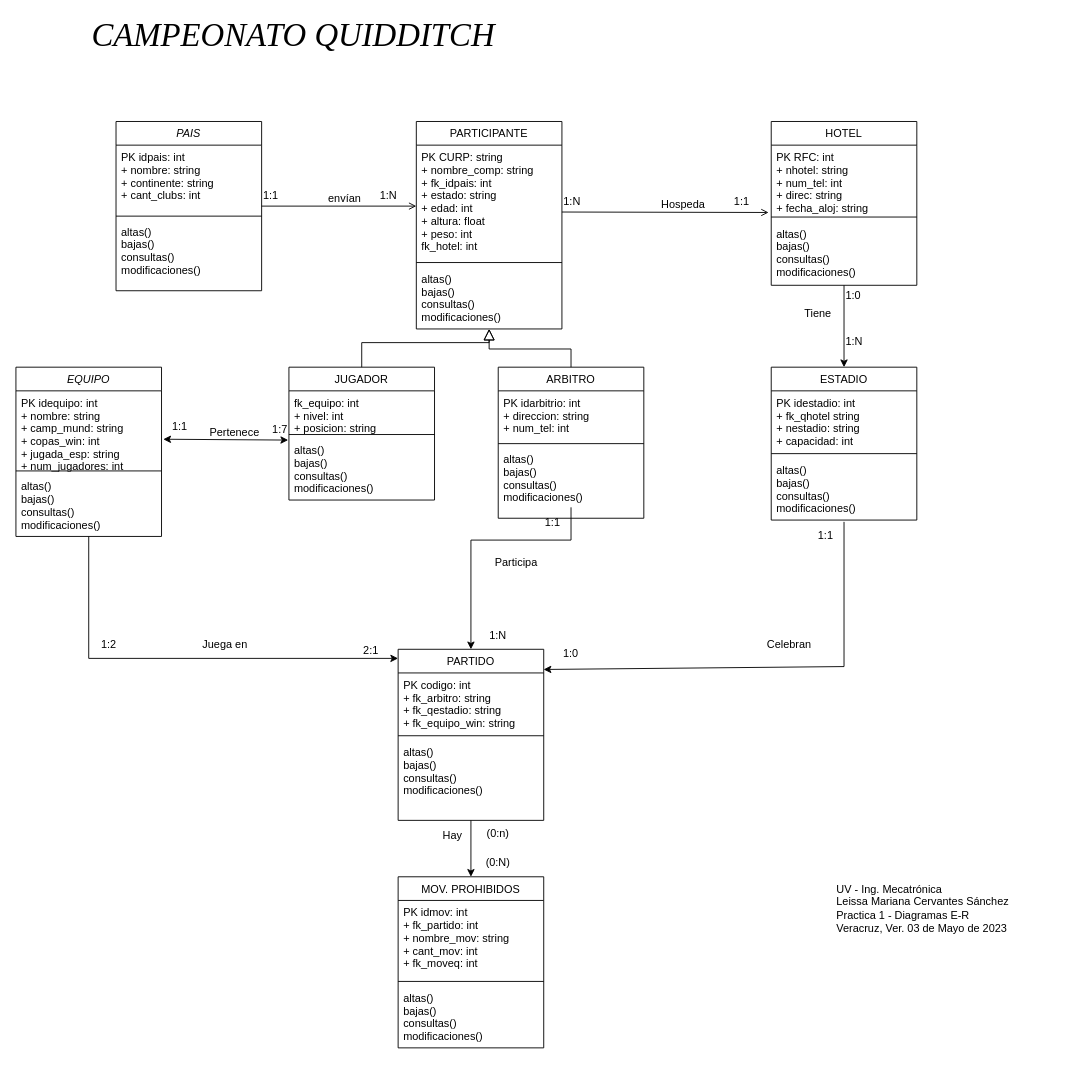
Before: Proyecto/1er_avance_LMCS.drawio in leissacerv/TAI, a draw.io diagram. Source tidied: cells renumbered, new cells numbered last; positions are measured from the earlier drawing's top-left corner, leaving out a move shared by most shapes. Both pictures are drawn from the tidied source at 91%, with x=0, y=0 at pixel (15, 21).
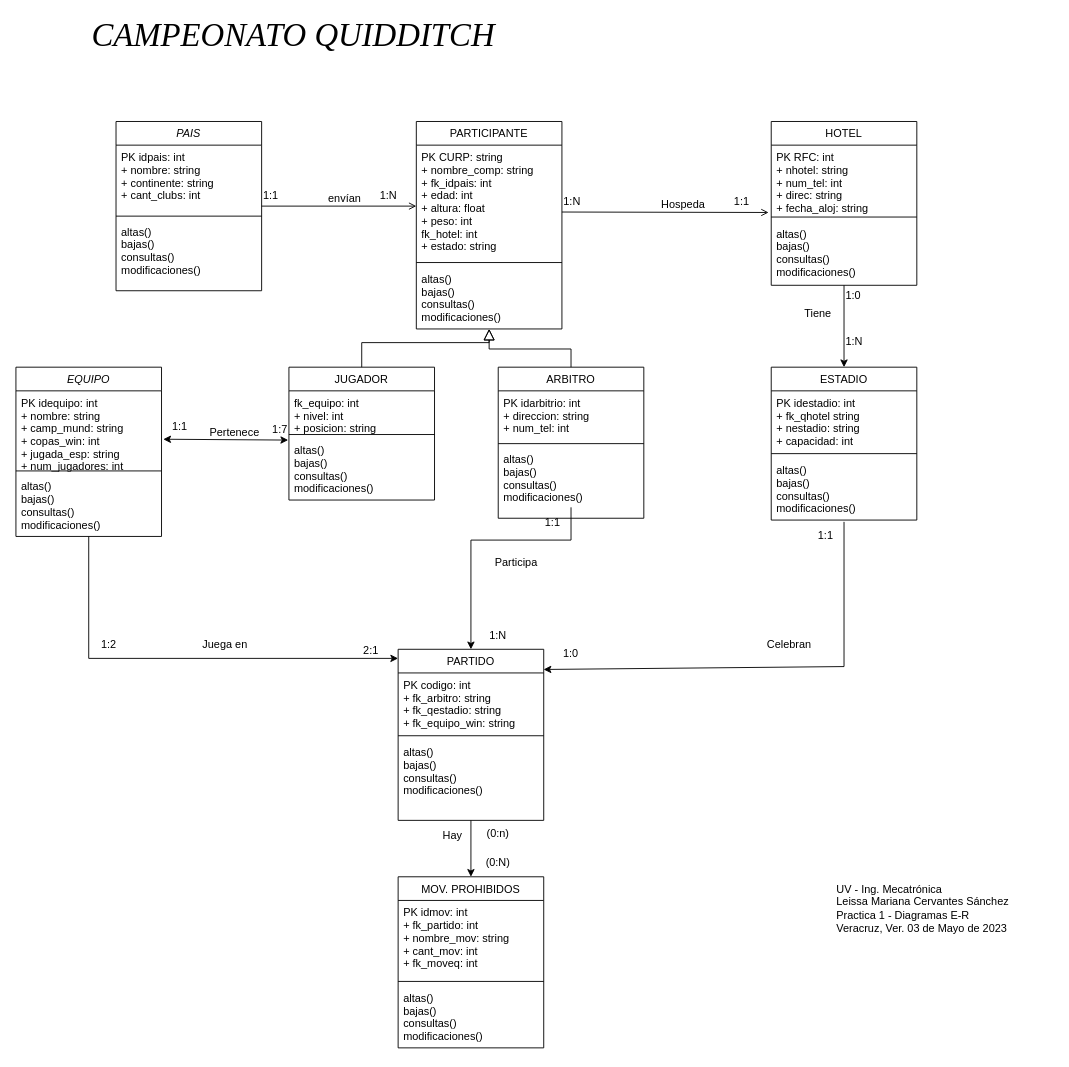
The same diagram, later.

Unchanged cells that the change refers to:
```xml
<mxCell id="16" value="PARTICIPANTE" style="swimlane;fontStyle=0;align=center;verticalAlign=top;horizontal=1;startSize=26;rounded=0;shadow=0;strokeWidth=1;" parent="1" vertex="1">
  <mxGeometry x="440" y="110" width="160" height="228" as="geometry" />
</mxCell>
```

What changed in the source:
```diff
@@
-    <mxCell id="17" value="PK CURP: string&#10;+ nombre_comp: string&#10;+ fk_idpais: int&#10;+ estado: string&#10;+ edad: int&#10;+ altura: float&#10;+ peso: int&#10;fk_hotel: int" style="text;align=left;verticalAlign=top;spacingLeft=4;spacingRight=4;overflow=hidden;" parent="16" vertex="1">
+    <mxCell id="17" value="PK CURP: string&#10;+ nombre_comp: string&#10;+ fk_idpais: int&#10;+ edad: int&#10;+ altura: float&#10;+ peso: int&#10;fk_hotel: int&#10;+ estado: string" style="text;align=left;verticalAlign=top;spacingLeft=4;spacingRight=4;overflow=hidden;" parent="16" vertex="1">
       <mxGeometry y="26" width="160" height="124" as="geometry" />
     </mxCell>
```
